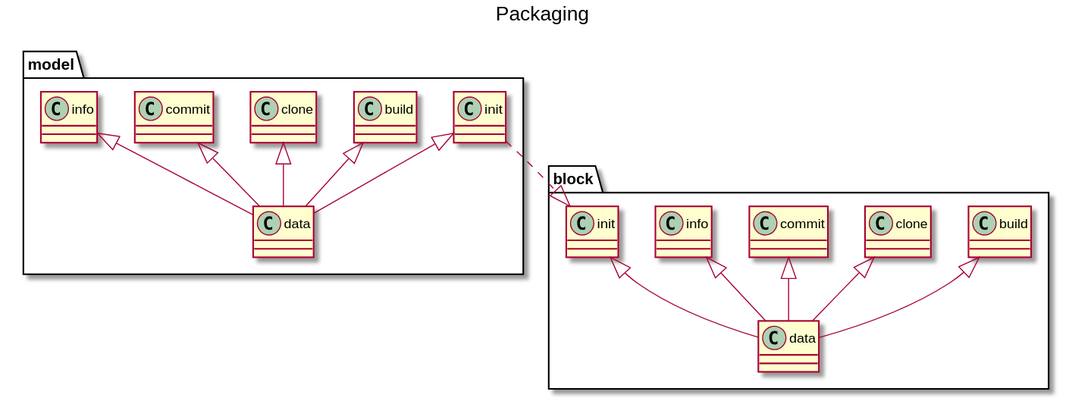
Above: tutorial/package.svg in snow6oy/recurrink (PlantUML), before the change.
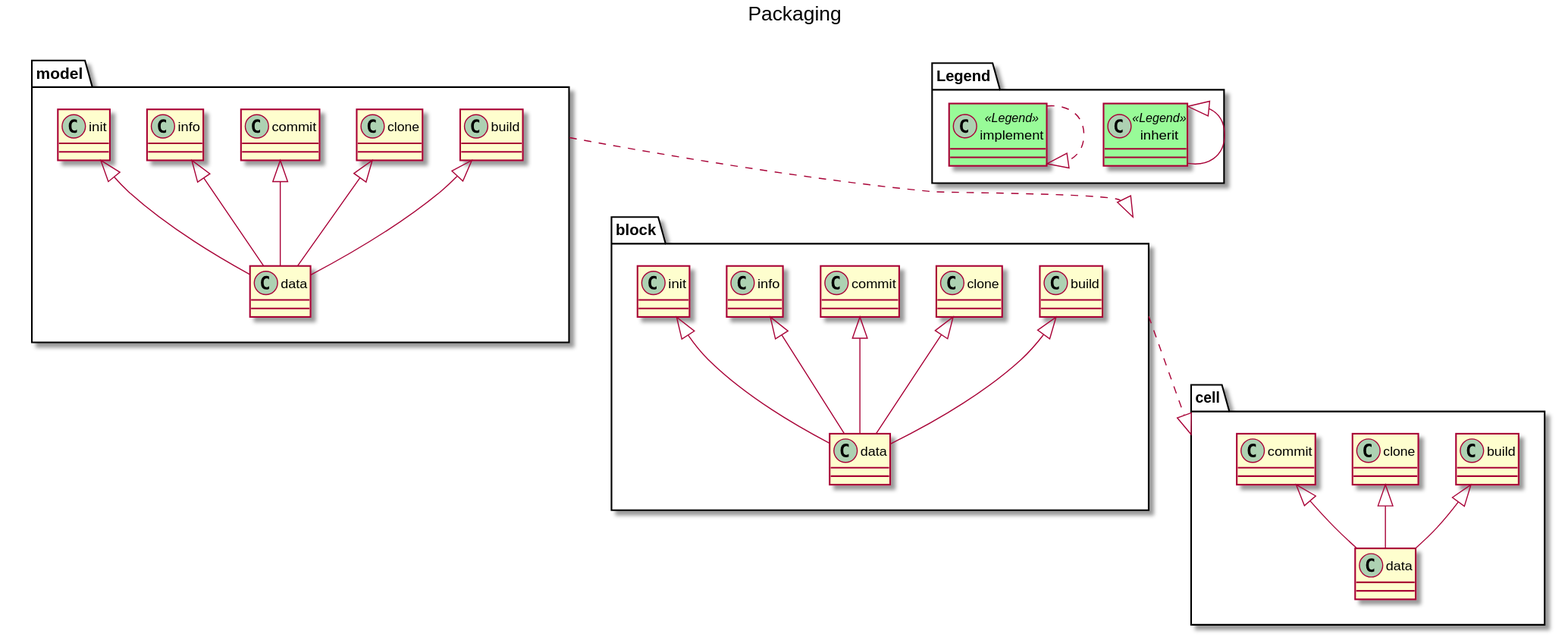
Later version of the same file.

Diff of the diagram source:
```diff
@@ -17,13 +17,17 @@
 class block.info
 class block.init
 
+class cell.build
+class cell.clone
+class cell.commit
+
 model.build <|-- model.data
 model.clone <|-- model.data
 model.commit <|-- model.data
 model.info <|-- model.data
 model.init <|-- model.data
 
-model.init ..|> block.init
+model ..|> block
 
 block.build <|-- block.data
 block.clone <|-- block.data
@@ -31,4 +35,20 @@
 block.info <|-- block.data
 block.init <|-- block.data
 
+cell.build <|-- cell.data
+cell.clone <|-- cell.data
+cell.commit <|-- cell.data
+block ..|> cell
+
+skinparam class {
+  BackgroundColor<<Legend>> #PaleGreen
+}
+class Legend.inherit <<Legend>>
+class Legend.implement <<Legend>>
+
+Legend.inherit   <|-- Legend.inherit
+Legend.implement ..|> Legend.implement
+
+
+
 @endUML
```
